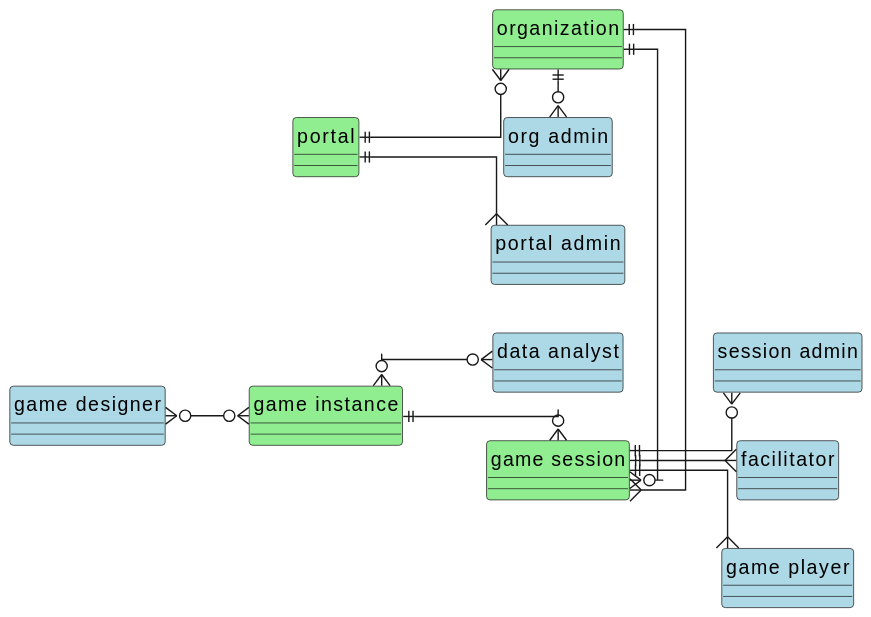
averbraeck/gscg-design keeps this PlantUML diagram as doc/1-scope/diagrams/stakeholders.svg. Above is the earlier version.
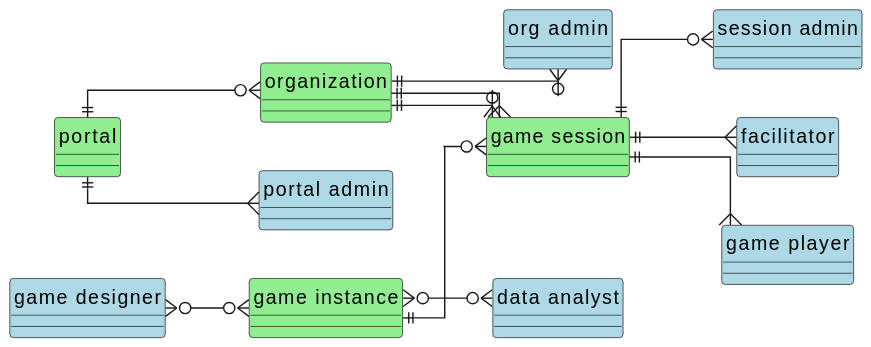
After the change.

What changed in the source:
```diff
@@ -19,8 +19,8 @@
 game ||--o{ session
 portal ||--{ padmin
 portal ||--o{ organization
-organization ||-o{ oadmin
-organization ||-o{ session
+organization ||--o{ oadmin
+organization ||--o{ session
 session ||--{ player
 session ||--{ facilitator
 session ||--o{ sadmin
```
